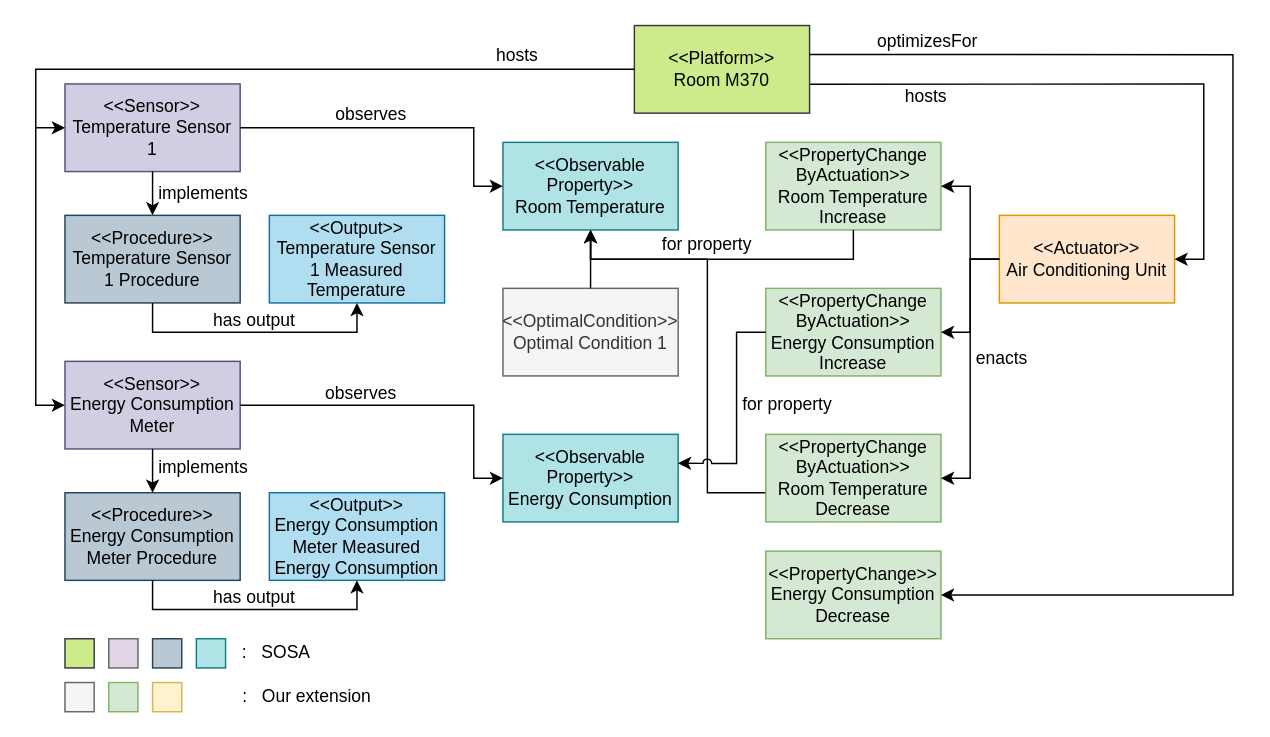
This is Diagrams/instance-model-1.drawio from ivanspajic/ruleless-digital-twins, a draw.io file, before an edit. Source tidied: cells renumbered, new cells numbered last; positions are measured from the earlier drawing's top-left corner, leaving out a move shared by most shapes. Both pictures are drawn from the tidied source at 146%, with x=0, y=0 at pixel (35, 25).
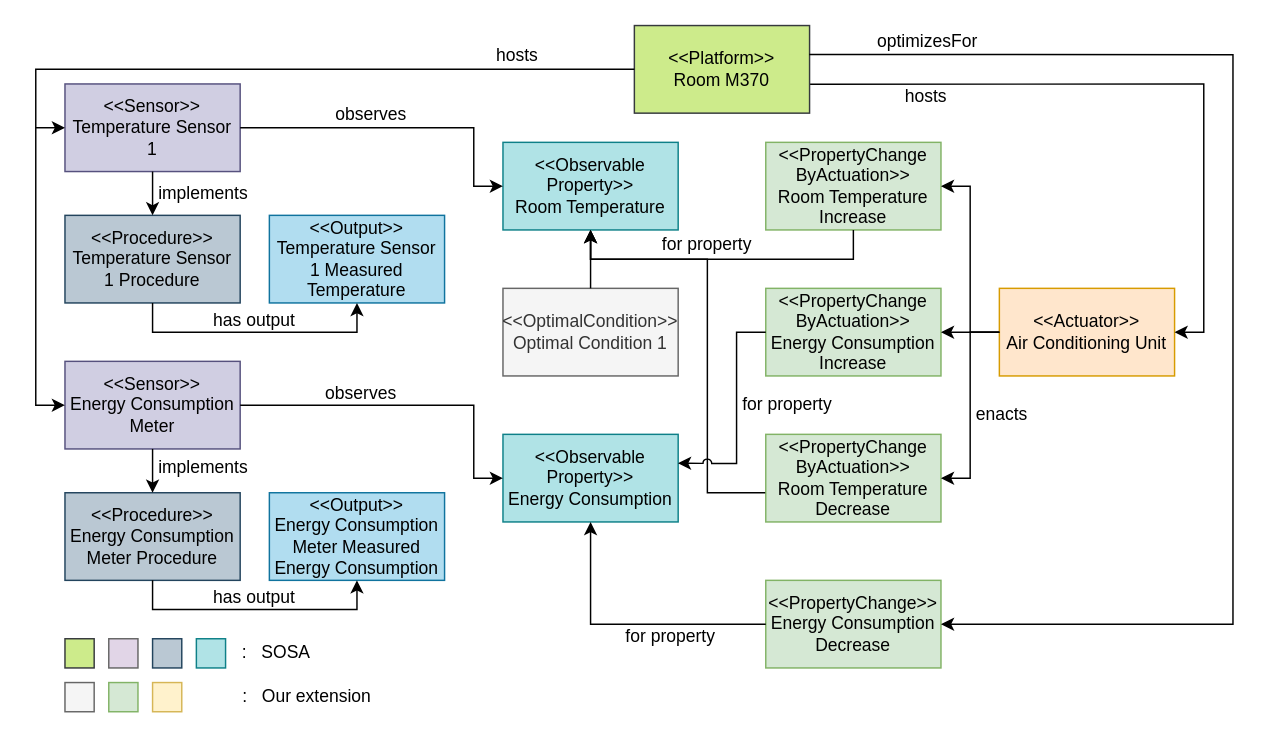
The same page after the edit.

Unchanged cells that the change refers to:
```xml
<mxCell id="2" value="&lt;div&gt;&lt;font&gt;&amp;lt;&amp;lt;Observable&lt;/font&gt;&lt;/div&gt;&lt;div&gt;&lt;font&gt;Property&amp;gt;&amp;gt;&lt;/font&gt;&lt;/div&gt;&lt;font&gt;Energy Consumption&lt;/font&gt;" style="rounded=0;whiteSpace=wrap;html=1;fillColor=#b0e3e6;strokeColor=#0e8088;" parent="1" vertex="1">
  <mxGeometry x="320" y="280" width="120" height="60" as="geometry" />
</mxCell>
<mxCell id="3" value="&lt;div&gt;&lt;font&gt;&amp;lt;&amp;lt;PropertyChange&lt;/font&gt;&lt;/div&gt;&lt;div&gt;&lt;font&gt;ByActuation&amp;gt;&amp;gt;&lt;/font&gt;&lt;/div&gt;&lt;font&gt;Energy Consumption Increase&lt;/font&gt;" style="rounded=0;whiteSpace=wrap;html=1;fillColor=#d5e8d4;strokeColor=#82b366;" parent="1" vertex="1">
  <mxGeometry x="500" y="180" width="120" height="60" as="geometry" />
</mxCell>
<mxCell id="10" value="&lt;div&gt;&lt;font&gt;&amp;lt;&amp;lt;Platform&amp;gt;&amp;gt;&lt;/font&gt;&lt;/div&gt;&lt;font&gt;Room M370&lt;/font&gt;" style="rounded=0;whiteSpace=wrap;html=1;fillColor=#cdeb8b;strokeColor=#36393d;" parent="1" vertex="1">
  <mxGeometry x="410" width="120" height="60" as="geometry" />
</mxCell>
<mxCell id="12" value="&lt;div&gt;&lt;font&gt;&amp;lt;&amp;lt;PropertyChange&lt;/font&gt;&lt;/div&gt;&lt;div&gt;&lt;font&gt;ByActuation&amp;gt;&amp;gt;&lt;/font&gt;&lt;/div&gt;&lt;font&gt;Room Temperature Increase&lt;/font&gt;" style="rounded=0;whiteSpace=wrap;html=1;fillColor=#d5e8d4;strokeColor=#82b366;" parent="1" vertex="1">
  <mxGeometry x="500" y="80" width="120" height="60" as="geometry" />
</mxCell>
<mxCell id="16" value="&lt;div&gt;&lt;font&gt;&amp;lt;&amp;lt;PropertyChange&lt;/font&gt;&lt;/div&gt;&lt;div&gt;&lt;font&gt;ByActuation&amp;gt;&amp;gt;&lt;/font&gt;&lt;/div&gt;&lt;font&gt;Room Temperature Decrease&lt;/font&gt;" style="rounded=0;whiteSpace=wrap;html=1;fillColor=#d5e8d4;strokeColor=#82b366;" parent="1" vertex="1">
  <mxGeometry x="500" y="280" width="120" height="60" as="geometry" />
</mxCell>
```

The edit, as a diff of the source:
```diff
@@
     <mxCell id="4" value="&lt;div&gt;&lt;font&gt;&amp;lt;&amp;lt;PropertyChange&amp;gt;&amp;gt;&lt;/font&gt;&lt;/div&gt;&lt;font&gt;Energy Consumption Decrease&lt;/font&gt;" style="rounded=0;whiteSpace=wrap;html=1;fillColor=#d5e8d4;strokeColor=#82b366;" parent="1" vertex="1">
-      <mxGeometry x="500" y="360" width="120" height="60" as="geometry" />
+      <mxGeometry x="500" y="380" width="120" height="60" as="geometry" />
     </mxCell>
@@
     <mxCell id="8" value="&lt;div&gt;&lt;font&gt;&amp;lt;&amp;lt;Actuator&amp;gt;&amp;gt;&lt;/font&gt;&lt;/div&gt;&lt;font&gt;Air Conditioning Unit&lt;/font&gt;" style="rounded=0;whiteSpace=wrap;html=1;fillColor=#ffe6cc;strokeColor=#d79b00;" parent="1" vertex="1">
-      <mxGeometry x="660" y="130" width="120" height="60" as="geometry" />
+      <mxGeometry x="660" y="180" width="120" height="60" as="geometry" />
     </mxCell>
@@
     <mxCell id="19" style="endArrow=classic;html=1;rounded=0;exitX=1.003;exitY=0.671;exitDx=0;exitDy=0;entryX=1;entryY=0.5;entryDx=0;entryDy=0;exitPerimeter=0;" parent="1" edge="1" source="10" target="8">
       <mxGeometry relative="1" as="geometry">
         <Array as="points">
           <mxPoint x="800" y="40" />
-          <mxPoint x="800" y="160" />
+          <mxPoint x="800" y="210" />
         </Array>
       </mxGeometry>
     </mxCell>
@@
     <mxCell id="40" value="&lt;font&gt;enacts&lt;/font&gt;" style="text;html=1;align=center;verticalAlign=middle;whiteSpace=wrap;rounded=0;" parent="1" vertex="1">
-      <mxGeometry x="642" y="225" width="40" height="5" as="geometry" />
+      <mxGeometry x="642" y="264" width="40" height="5" as="geometry" />
     </mxCell>
     <mxCell id="41" style="endArrow=classic;html=1;rounded=0;exitX=0.998;exitY=0.33;exitDx=0;exitDy=0;exitPerimeter=0;entryX=1;entryY=0.5;entryDx=0;entryDy=0;" parent="1" edge="1" source="10" target="4">
       <mxGeometry relative="1" as="geometry">
         <Array as="points">
           <mxPoint x="820" y="20" />
-          <mxPoint x="820" y="390" />
+          <mxPoint x="820" y="410" />
         </Array>
       </mxGeometry>
     </mxCell>
@@
     <mxCell id="52" style="endArrow=classic;html=1;rounded=0;exitX=0;exitY=0.5;exitDx=0;exitDy=0;entryX=1;entryY=0.5;entryDx=0;entryDy=0;" parent="1" edge="1" source="8" target="12">
       <mxGeometry relative="1" as="geometry">
         <Array as="points">
-          <mxPoint x="640" y="160" />
+          <mxPoint x="640" y="210" />
           <mxPoint x="640" y="110" />
         </Array>
       </mxGeometry>
     </mxCell>
     <mxCell id="53" style="endArrow=classic;html=1;rounded=0;exitX=0;exitY=0.5;exitDx=0;exitDy=0;entryX=1;entryY=0.5;entryDx=0;entryDy=0;" parent="1" edge="1" source="8" target="3">
       <mxGeometry relative="1" as="geometry">
         <Array as="points">
-          <mxPoint x="640" y="160" />
           <mxPoint x="640" y="210" />
         </Array>
       </mxGeometry>
     </mxCell>
     <mxCell id="54" style="endArrow=classic;html=1;rounded=0;exitX=0;exitY=0.5;exitDx=0;exitDy=0;entryX=1;entryY=0.5;entryDx=0;entryDy=0;" parent="1" edge="1" source="8" target="16">
       <mxGeometry relative="1" as="geometry">
         <Array as="points">
-          <mxPoint x="640" y="160" />
+          <mxPoint x="640" y="210" />
           <mxPoint x="640" y="310" />
         </Array>
       </mxGeometry>
     </mxCell>
+    <mxCell id="55" style="endArrow=classic;html=1;rounded=0;exitX=0;exitY=0.5;exitDx=0;exitDy=0;entryX=0.5;entryY=1;entryDx=0;entryDy=0;" parent="1" edge="1" source="4" target="2">
+      <mxGeometry relative="1" as="geometry">
+        <Array as="points">
+          <mxPoint x="380" y="410" />
+        </Array>
+      </mxGeometry>
+    </mxCell>
+    <mxCell id="56" value="for property" style="text;html=1;align=center;verticalAlign=middle;whiteSpace=wrap;rounded=0;" parent="1" vertex="1">
+      <mxGeometry x="400" y="414" width="70" height="10" as="geometry" />
+    </mxCell>
```
